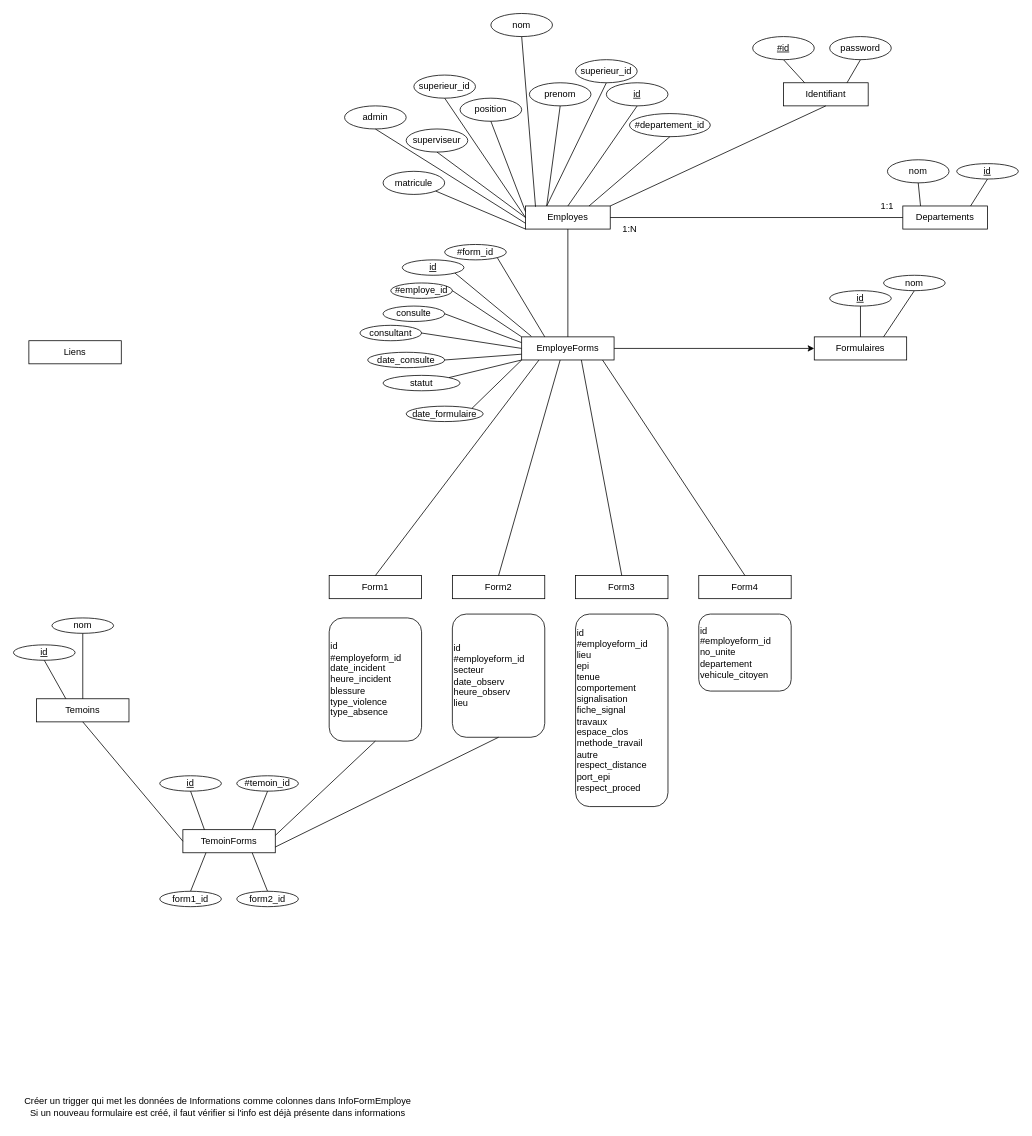
antoineg94/Projet-integration keeps this draw.io diagram as Notes/BDD/BDD.drawio. Above is the earlier version. Source tidied: cells renumbered, new cells numbered last; positions are measured from the earlier drawing's top-left corner, leaving out a move shared by most shapes. Both pictures are drawn from the tidied source at 77%, with x=0, y=0 at pixel (13, 13).
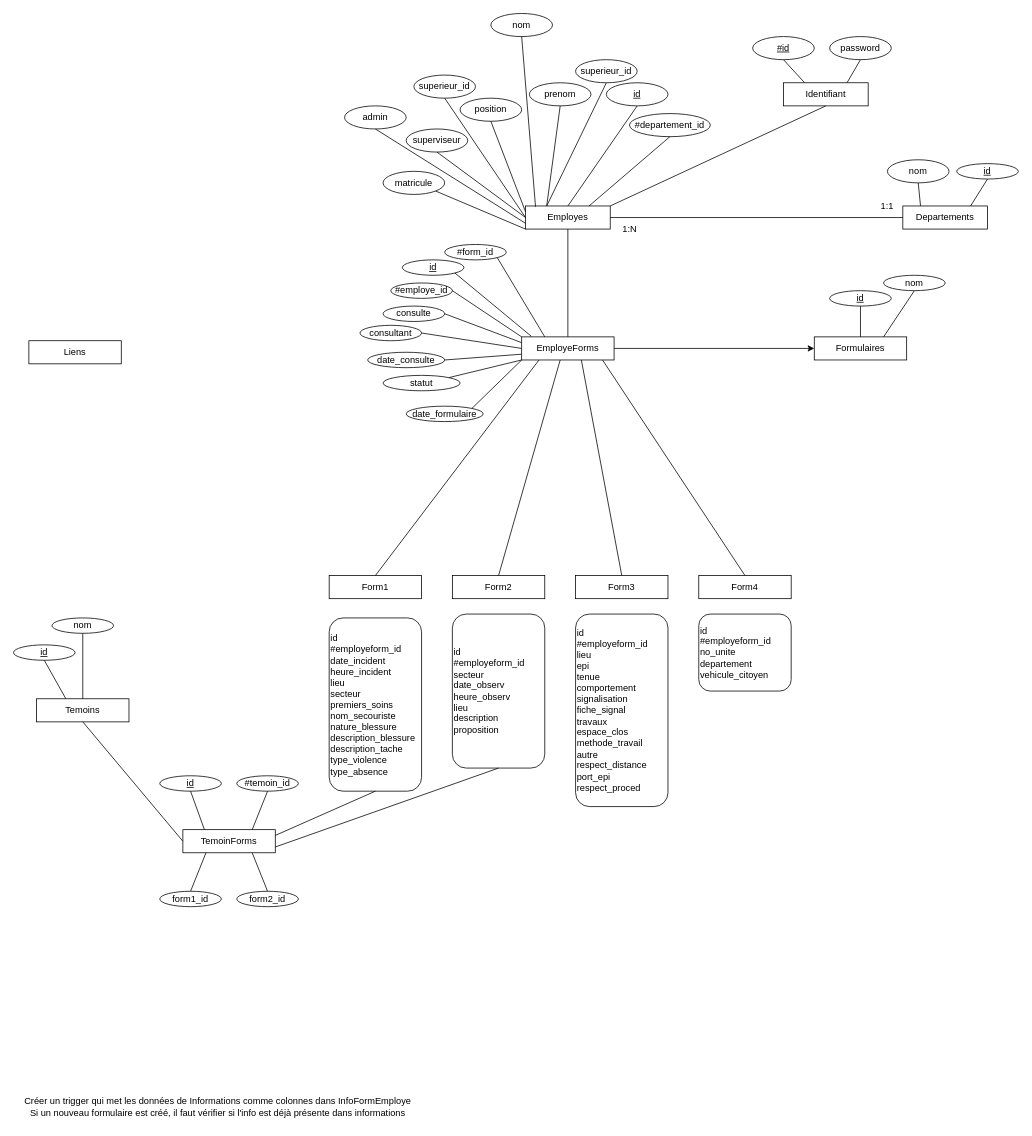
The same page after the edit.

What changed in the source:
```diff
@@
-    <mxCell id="33" value="id&lt;br&gt;#employeform_id&lt;br&gt;&lt;span style=&quot;background-color: initial;&quot;&gt;date_incident&lt;/span&gt;&lt;br&gt;&lt;div style=&quot;&quot;&gt;heure_incident&lt;/div&gt;&lt;div style=&quot;&quot;&gt;blessure&lt;/div&gt;&lt;div style=&quot;&quot;&gt;type_violence&lt;/div&gt;&lt;div style=&quot;&quot;&gt;type_absence&lt;/div&gt;" style="rounded=1;whiteSpace=wrap;html=1;align=left;" parent="1" vertex="1">
-      <mxGeometry x="410" y="785" width="120" height="160" as="geometry" />
+    <mxCell id="33" value="id&lt;br&gt;#employeform_id&lt;br&gt;&lt;span style=&quot;background-color: initial;&quot;&gt;date_incident&lt;/span&gt;&lt;br&gt;&lt;div style=&quot;&quot;&gt;heure_incident&lt;/div&gt;&lt;div style=&quot;&quot;&gt;lieu&lt;/div&gt;&lt;div style=&quot;&quot;&gt;secteur&lt;/div&gt;&lt;div style=&quot;&quot;&gt;premiers_soins&lt;/div&gt;&lt;div style=&quot;&quot;&gt;nom_secouriste&lt;/div&gt;&lt;div style=&quot;&quot;&gt;nature_blessure&lt;/div&gt;&lt;div style=&quot;&quot;&gt;description_blessure&lt;/div&gt;&lt;div style=&quot;&quot;&gt;description_tache&lt;/div&gt;&lt;div style=&quot;&quot;&gt;type_violence&lt;/div&gt;&lt;div style=&quot;&quot;&gt;type_absence&lt;/div&gt;" style="rounded=1;whiteSpace=wrap;html=1;align=left;" parent="1" vertex="1">
+      <mxGeometry x="410" y="785" width="120" height="225" as="geometry" />
     </mxCell>
-    <mxCell id="34" value="id&lt;br&gt;#employeform_id&lt;br&gt;&lt;span style=&quot;background-color: initial;&quot;&gt;secteur&lt;/span&gt;&lt;br&gt;&lt;div style=&quot;&quot;&gt;date_observ&lt;/div&gt;&lt;div style=&quot;&quot;&gt;heure_observ&lt;/div&gt;&lt;div style=&quot;&quot;&gt;lieu&lt;/div&gt;" style="rounded=1;whiteSpace=wrap;html=1;align=left;" parent="1" vertex="1">
-      <mxGeometry x="570" y="780" width="120" height="160" as="geometry" />
+    <mxCell id="34" value="id&lt;br&gt;#employeform_id&lt;br&gt;&lt;span style=&quot;background-color: initial;&quot;&gt;secteur&lt;/span&gt;&lt;br&gt;&lt;div style=&quot;&quot;&gt;date_observ&lt;/div&gt;&lt;div style=&quot;&quot;&gt;heure_observ&lt;/div&gt;&lt;div style=&quot;&quot;&gt;lieu&lt;/div&gt;&lt;div style=&quot;&quot;&gt;description&lt;/div&gt;&lt;div style=&quot;&quot;&gt;proposition&lt;/div&gt;" style="rounded=1;whiteSpace=wrap;html=1;align=left;" parent="1" vertex="1">
+      <mxGeometry x="570" y="780" width="120" height="200" as="geometry" />
     </mxCell>
```
